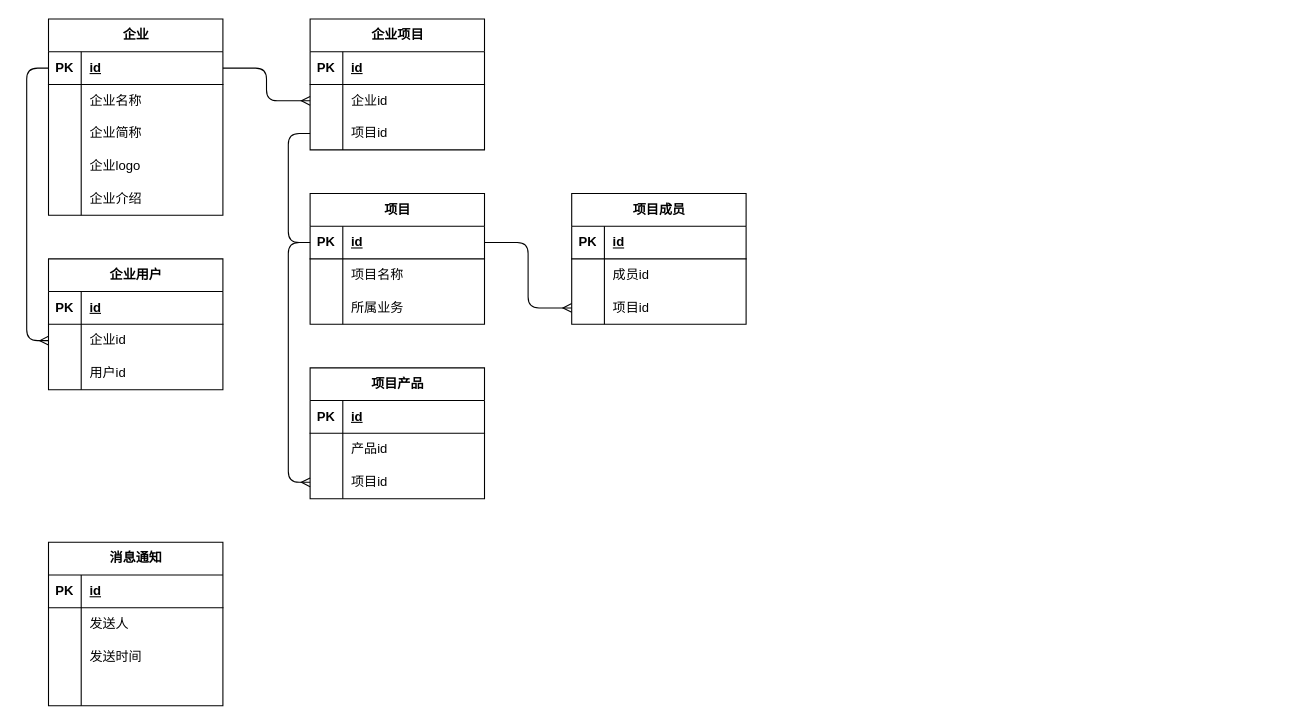
Qunz/drawio keeps this draw.io diagram as others/产品中心.drawio. Above is the earlier version. Source tidied: cells renumbered, new cells numbered last; positions are measured from the earlier drawing's top-left corner, leaving out a move shared by most shapes. Both pictures are drawn from the tidied source at 109%, with x=0, y=0 at pixel (48, 19).
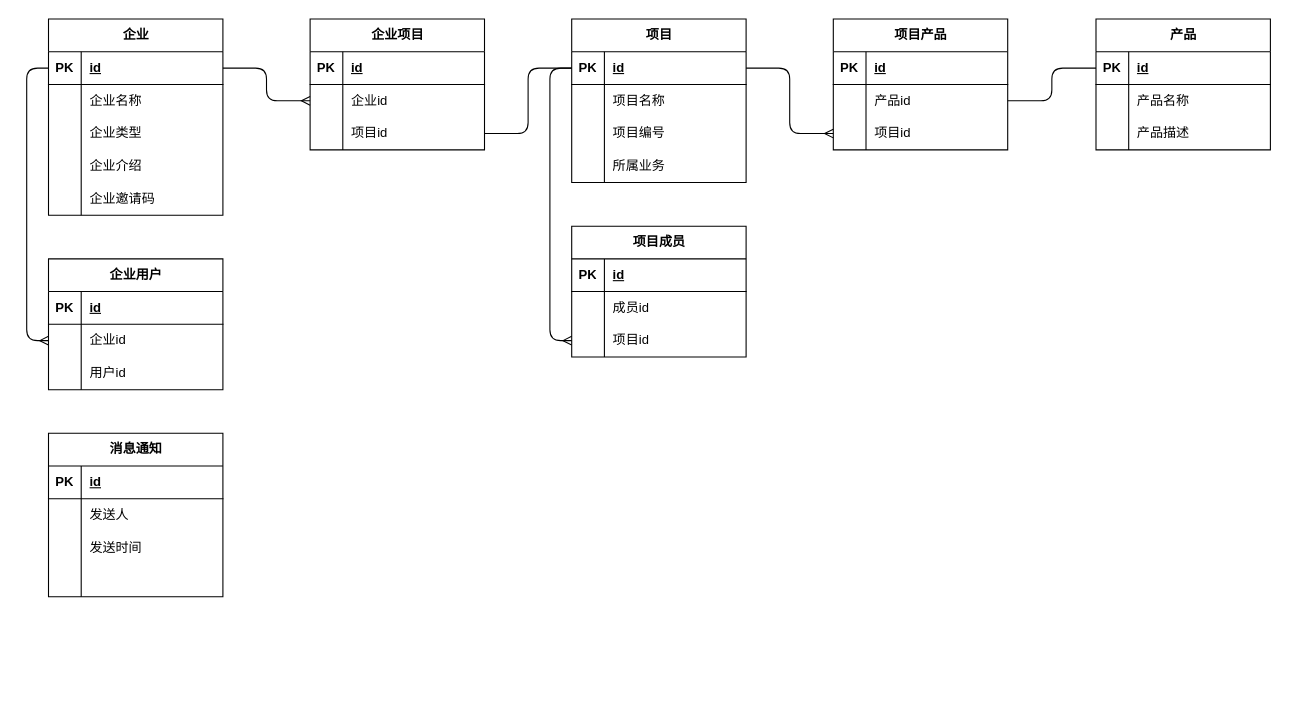
The same page after the edit.

Commit message:
更新产品中心.drawio

Unchanged cells that the change refers to:
```xml
<mxCell id="2" value="企业" style="shape=table;startSize=30;childLayout=tableLayout;rowLines=0;fontStyle=1;align=center;html=1;" parent="1" vertex="1">
  <mxGeometry width="160" height="180" as="geometry" />
</mxCell>
<mxCell id="19" style="shape=tableRow;horizontal=0;startSize=0;swimlaneHead=0;swimlaneBody=0;fillColor=none;points=[[0,0.5],[1,0.5]];portConstraint=eastwest;top=0;left=0;right=0;bottom=1;" parent="18" vertex="1">
  <mxGeometry y="30" width="160" height="30" as="geometry" />
</mxCell>
<mxCell id="35" style="shape=tableRow;horizontal=0;startSize=0;swimlaneHead=0;swimlaneBody=0;fillColor=none;points=[[0,0.5],[1,0.5]];portConstraint=eastwest;top=0;left=0;right=0;bottom=0;" parent="28" vertex="1">
  <mxGeometry y="90" width="160" height="30" as="geometry" />
</mxCell>
<mxCell id="42" style="shape=tableRow;horizontal=0;startSize=0;swimlaneHead=0;swimlaneBody=0;fillColor=none;points=[[0,0.5],[1,0.5]];portConstraint=eastwest;top=0;left=0;right=0;bottom=0;" parent="38" vertex="1">
  <mxGeometry y="60" width="160" height="30" as="geometry" />
</mxCell>
<mxCell id="45" style="shape=tableRow;horizontal=0;startSize=0;swimlaneHead=0;swimlaneBody=0;fillColor=none;points=[[0,0.5],[1,0.5]];portConstraint=eastwest;top=0;left=0;right=0;bottom=0;" parent="38" vertex="1">
  <mxGeometry y="90" width="160" height="30" as="geometry" />
</mxCell>
```

Change to the diagram source:
```diff
@@
-    <mxCell id="9" style="shape=tableRow;horizontal=0;startSize=0;swimlaneHead=0;swimlaneBody=0;fillColor=none;top=0;left=0;right=0;bottom=0;" parent="2" vertex="1">
-      <mxGeometry y="90" width="160" height="30" as="geometry" />
-    </mxCell>
-    <mxCell id="10" style="shape=partialRectangle;fillColor=none;top=0;left=0;bottom=0;right=0;overflow=hidden;whiteSpace=wrap;html=1;" parent="9" vertex="1">
-      <mxGeometry width="30" height="30" as="geometry" />
-    </mxCell>
-    <mxCell id="11" value="企业简称" style="shape=partialRectangle;fillColor=none;top=0;left=0;bottom=0;right=0;align=left;spacingLeft=6;overflow=hidden;whiteSpace=wrap;html=1;" parent="9" vertex="1">
-      <mxGeometry x="30" width="130" height="30" as="geometry" />
-    </mxCell>
-    <mxCell id="12" style="shape=tableRow;horizontal=0;startSize=0;swimlaneHead=0;swimlaneBody=0;fillColor=none;top=0;left=0;right=0;bottom=0;" parent="2" vertex="1">
-      <mxGeometry y="120" width="160" height="30" as="geometry" />
-    </mxCell>
-    <mxCell id="13" style="shape=partialRectangle;fillColor=none;top=0;left=0;bottom=0;right=0;overflow=hidden;whiteSpace=wrap;html=1;" parent="12" vertex="1">
-      <mxGeometry width="30" height="30" as="geometry" />
-    </mxCell>
-    <mxCell id="14" value="企业logo" style="shape=partialRectangle;fillColor=none;top=0;left=0;bottom=0;right=0;align=left;spacingLeft=6;overflow=hidden;whiteSpace=wrap;html=1;" parent="12" vertex="1">
-      <mxGeometry x="30" width="130" height="30" as="geometry" />
-    </mxCell>
+    <mxCell id="86" style="shape=tableRow;horizontal=0;startSize=0;swimlaneHead=0;swimlaneBody=0;fillColor=none;top=0;left=0;right=0;bottom=0;" parent="2" vertex="1">
+      <mxGeometry y="90" width="160" height="30" as="geometry" />
+    </mxCell>
+    <mxCell id="87" style="shape=partialRectangle;fillColor=none;top=0;left=0;bottom=0;right=0;overflow=hidden;whiteSpace=wrap;html=1;" parent="86" vertex="1">
+      <mxGeometry width="30" height="30" as="geometry" />
+    </mxCell>
+    <mxCell id="88" value="企业类型" style="shape=partialRectangle;fillColor=none;top=0;left=0;bottom=0;right=0;align=left;spacingLeft=6;overflow=hidden;whiteSpace=wrap;html=1;" parent="86" vertex="1">
+      <mxGeometry x="30" width="130" height="30" as="geometry" />
+    </mxCell>
     <mxCell id="15" style="shape=tableRow;horizontal=0;startSize=0;swimlaneHead=0;swimlaneBody=0;fillColor=none;top=0;left=0;right=0;bottom=0;" parent="2" vertex="1">
-      <mxGeometry y="150" width="160" height="30" as="geometry" />
+      <mxGeometry y="120" width="160" height="30" as="geometry" />
     </mxCell>
@@
+    <mxCell id="89" style="shape=tableRow;horizontal=0;startSize=0;swimlaneHead=0;swimlaneBody=0;fillColor=none;top=0;left=0;right=0;bottom=0;" parent="2" vertex="1">
+      <mxGeometry y="150" width="160" height="30" as="geometry" />
+    </mxCell>
+    <mxCell id="90" style="shape=partialRectangle;fillColor=none;top=0;left=0;bottom=0;right=0;overflow=hidden;whiteSpace=wrap;html=1;" parent="89" vertex="1">
+      <mxGeometry width="30" height="30" as="geometry" />
+    </mxCell>
+    <mxCell id="91" value="企业邀请码" style="shape=partialRectangle;fillColor=none;top=0;left=0;bottom=0;right=0;align=left;spacingLeft=6;overflow=hidden;whiteSpace=wrap;html=1;" parent="89" vertex="1">
+      <mxGeometry x="30" width="130" height="30" as="geometry" />
+    </mxCell>
     <mxCell id="18" value="项目" style="shape=table;startSize=30;childLayout=tableLayout;rowLines=0;fontStyle=1;align=center;html=1;" parent="1" vertex="1">
-      <mxGeometry x="240" y="160" width="160" height="120" as="geometry" />
+      <mxGeometry x="480" width="160" height="150" as="geometry" />
     </mxCell>
@@
+    <mxCell id="92" style="shape=tableRow;horizontal=0;startSize=0;swimlaneHead=0;swimlaneBody=0;fillColor=none;top=0;left=0;right=0;bottom=0;" parent="18" vertex="1">
+      <mxGeometry y="90" width="160" height="30" as="geometry" />
+    </mxCell>
+    <mxCell id="93" style="shape=partialRectangle;fillColor=none;top=0;left=0;bottom=0;right=0;overflow=hidden;whiteSpace=wrap;html=1;" parent="92" vertex="1">
+      <mxGeometry width="30" height="30" as="geometry" />
+    </mxCell>
+    <mxCell id="94" value="项目编号" style="shape=partialRectangle;fillColor=none;top=0;left=0;bottom=0;right=0;align=left;spacingLeft=6;overflow=hidden;whiteSpace=wrap;html=1;" parent="92" vertex="1">
+      <mxGeometry x="30" width="130" height="30" as="geometry" />
+    </mxCell>
     <mxCell id="25" style="shape=tableRow;horizontal=0;startSize=0;swimlaneHead=0;swimlaneBody=0;fillColor=none;top=0;left=0;right=0;bottom=0;" parent="18" vertex="1">
-      <mxGeometry y="90" width="160" height="30" as="geometry" />
+      <mxGeometry y="120" width="160" height="30" as="geometry" />
     </mxCell>
@@
     <mxCell id="28" value="项目成员" style="shape=table;startSize=30;childLayout=tableLayout;rowLines=0;fontStyle=1;align=center;html=1;" parent="1" vertex="1">
-      <mxGeometry x="480" y="160" width="160" height="120" as="geometry" />
+      <mxGeometry x="480" y="190" width="160" height="120" as="geometry" />
     </mxCell>
@@
     <mxCell id="38" value="项目产品" style="shape=table;startSize=30;childLayout=tableLayout;rowLines=0;fontStyle=1;align=center;html=1;" parent="1" vertex="1">
-      <mxGeometry x="240" y="320" width="160" height="120" as="geometry" />
+      <mxGeometry x="720" width="160" height="120" as="geometry" />
     </mxCell>
@@
     <mxCell id="48" value="消息通知" style="shape=table;startSize=30;childLayout=tableLayout;rowLines=0;fontStyle=1;align=center;html=1;" parent="1" vertex="1">
-      <mxGeometry y="480" width="160" height="150" as="geometry" />
+      <mxGeometry y="380" width="160" height="150" as="geometry" />
     </mxCell>
@@
-    <mxCell id="61" style="edgeStyle=orthogonalEdgeStyle;rounded=1;jettySize=auto;html=1;entryX=0;entryY=0.5;entryDx=0;entryDy=0;startArrow=ERmany;startFill=0;endArrow=none;endFill=0;elbow=vertical;curved=0;" parent="1" edge="1" source="45" target="19">
+    <mxCell id="61" style="edgeStyle=orthogonalEdgeStyle;rounded=1;jettySize=auto;html=1;entryX=1;entryY=0.5;entryDx=0;entryDy=0;startArrow=ERmany;startFill=0;endArrow=none;endFill=0;elbow=vertical;curved=0;" parent="1" edge="1" source="45" target="19">
       <mxGeometry relative="1" as="geometry" />
     </mxCell>
-    <mxCell id="62" style="edgeStyle=orthogonalEdgeStyle;rounded=1;jettySize=auto;html=1;exitX=1;exitY=0.5;exitDx=0;exitDy=0;entryX=0;entryY=0.5;entryDx=0;entryDy=0;endArrow=ERmany;endFill=0;curved=0;" parent="1" edge="1" source="19" target="35">
+    <mxCell id="62" style="edgeStyle=orthogonalEdgeStyle;rounded=1;jettySize=auto;html=1;exitX=0;exitY=0.5;exitDx=0;exitDy=0;entryX=0;entryY=0.5;entryDx=0;entryDy=0;endArrow=ERmany;endFill=0;curved=0;" parent="1" edge="1" source="19" target="35">
       <mxGeometry relative="1" as="geometry" />
     </mxCell>
@@
+    <mxCell id="95" value="产品" style="shape=table;startSize=30;childLayout=tableLayout;rowLines=0;fontStyle=1;align=center;html=1;" parent="1" vertex="1">
+      <mxGeometry x="961" width="160" height="120" as="geometry" />
+    </mxCell>
+    <mxCell id="96" style="shape=tableRow;horizontal=0;startSize=0;swimlaneHead=0;swimlaneBody=0;fillColor=none;points=[[0,0.5],[1,0.5]];portConstraint=eastwest;top=0;left=0;right=0;bottom=1;" parent="95" vertex="1">
+      <mxGeometry y="30" width="160" height="30" as="geometry" />
+    </mxCell>
+    <mxCell id="97" value="PK" style="shape=partialRectangle;fillColor=none;top=0;left=0;bottom=0;right=0;fontStyle=1;overflow=hidden;whiteSpace=wrap;html=1;" parent="96" vertex="1">
+      <mxGeometry width="30" height="30" as="geometry" />
+    </mxCell>
+    <mxCell id="98" value="id" style="shape=partialRectangle;fillColor=none;top=0;left=0;bottom=0;right=0;align=left;spacingLeft=6;fontStyle=5;overflow=hidden;whiteSpace=wrap;html=1;" parent="96" vertex="1">
+      <mxGeometry x="30" width="130" height="30" as="geometry" />
+    </mxCell>
+    <mxCell id="99" style="shape=tableRow;horizontal=0;startSize=0;swimlaneHead=0;swimlaneBody=0;fillColor=none;top=0;left=0;right=0;bottom=0;" parent="95" vertex="1">
+      <mxGeometry y="60" width="160" height="30" as="geometry" />
+    </mxCell>
+    <mxCell id="100" style="shape=partialRectangle;fillColor=none;top=0;left=0;bottom=0;right=0;overflow=hidden;whiteSpace=wrap;html=1;" parent="99" vertex="1">
+      <mxGeometry width="30" height="30" as="geometry" />
+    </mxCell>
+    <mxCell id="101" value="产品名称" style="shape=partialRectangle;fillColor=none;top=0;left=0;bottom=0;right=0;align=left;spacingLeft=6;overflow=hidden;whiteSpace=wrap;html=1;" parent="99" vertex="1">
+      <mxGeometry x="30" width="130" height="30" as="geometry" />
+    </mxCell>
+    <mxCell id="102" style="shape=tableRow;horizontal=0;startSize=0;swimlaneHead=0;swimlaneBody=0;fillColor=none;top=0;left=0;right=0;bottom=0;" parent="95" vertex="1">
+      <mxGeometry y="90" width="160" height="30" as="geometry" />
+    </mxCell>
+    <mxCell id="103" style="shape=partialRectangle;fillColor=none;top=0;left=0;bottom=0;right=0;overflow=hidden;whiteSpace=wrap;html=1;" parent="102" vertex="1">
+      <mxGeometry width="30" height="30" as="geometry" />
+    </mxCell>
+    <mxCell id="104" value="产品描述" style="shape=partialRectangle;fillColor=none;top=0;left=0;bottom=0;right=0;align=left;spacingLeft=6;overflow=hidden;whiteSpace=wrap;html=1;" parent="102" vertex="1">
+      <mxGeometry x="30" width="130" height="30" as="geometry" />
+    </mxCell>
+    <mxCell id="105" style="edgeStyle=orthogonalEdgeStyle;rounded=1;jettySize=auto;html=1;endArrow=none;endFill=0;curved=0;" parent="1" edge="1" source="42" target="96">
+      <mxGeometry relative="1" as="geometry" />
+    </mxCell>
```
